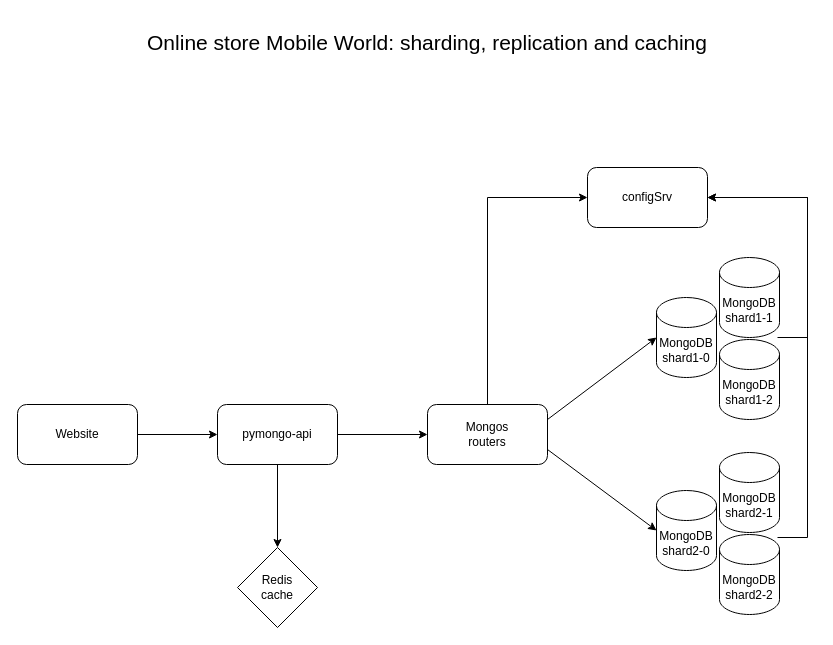
Before: task1-schema3.drawio in grafkozloff/architecture-black_friday, a draw.io diagram. Source tidied: cells renumbered, new cells numbered last; positions are measured from the earlier drawing's top-left corner, leaving out a move shared by most shapes. Both pictures are drawn from the tidied source at 100%, with x=0, y=0 at pixel (17, 17).
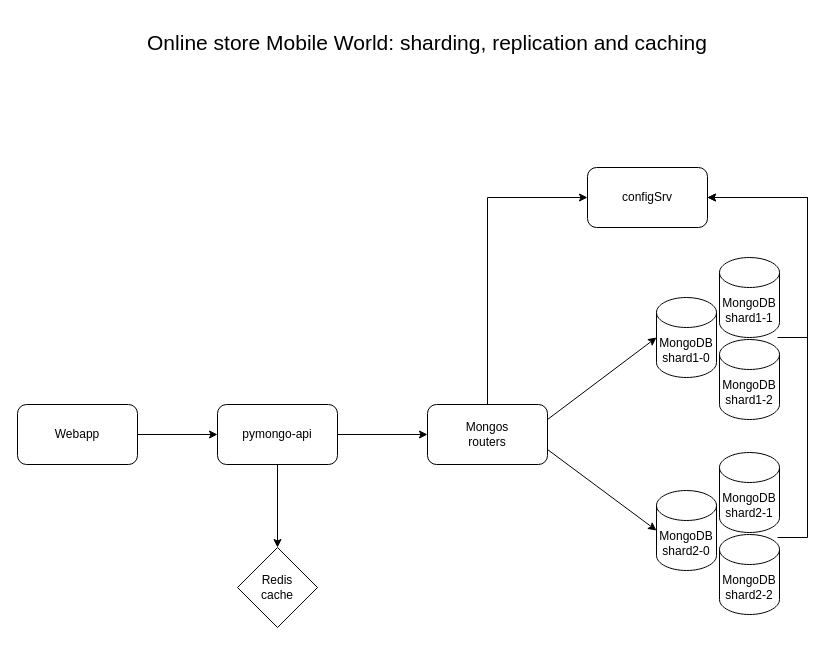
The same page after the edit.

Change to the diagram source:
```diff
@@
-    <mxCell id="7" value="Website" style="rounded=1;whiteSpace=wrap;html=1;" parent="1" vertex="1">
+    <mxCell id="7" value="Webapp" style="rounded=1;whiteSpace=wrap;html=1;" parent="1" vertex="1">
       <mxGeometry y="387" width="120" height="60" as="geometry" />
     </mxCell>
```
